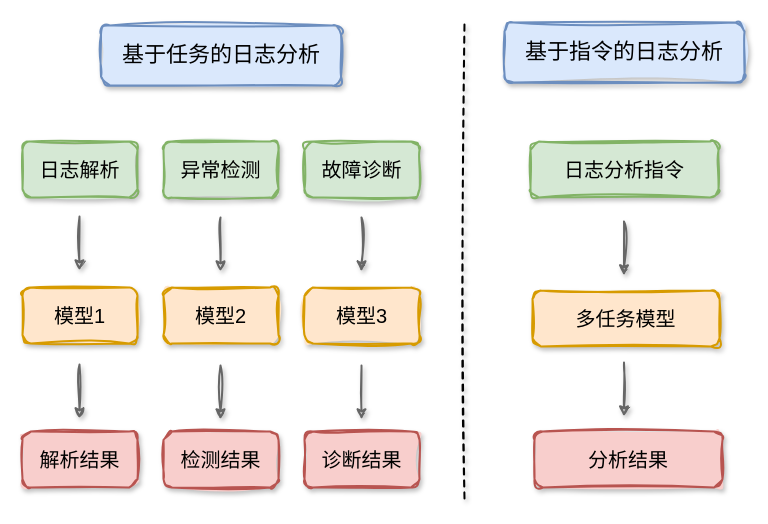
J-York/GraduationThesis keeps this draw.io diagram as Figures/Fig4.drawio. Above is the earlier version. Source tidied: cells renumbered, new cells numbered last; positions are measured from the earlier drawing's top-left corner, leaving out a move shared by most shapes. Both pictures are drawn from the tidied source at 100%, with x=0, y=0 at pixel (22, 22).
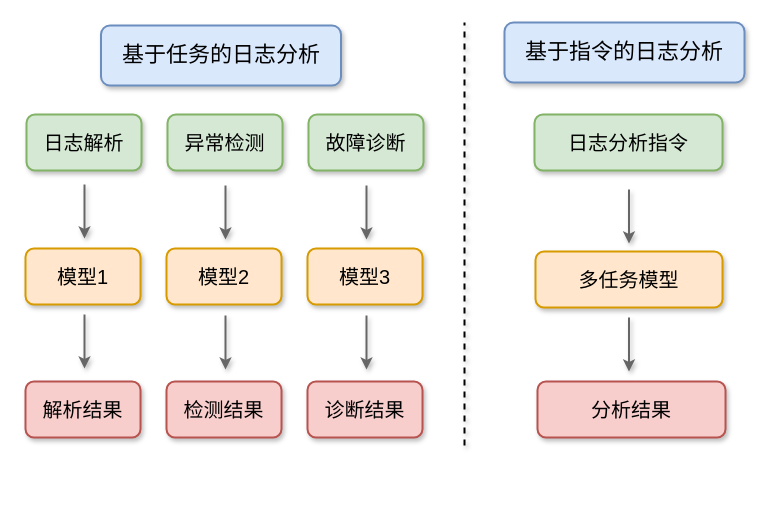
The same page after the edit.

The edit, as a diff of the source:
```diff
@@
-    <mxCell id="2" value="&lt;font style=&quot;font-size: 22px;&quot;&gt;基于任务的日志分析&lt;/font&gt;" style="rounded=1;whiteSpace=wrap;html=1;strokeWidth=2;fontSize=20;labelBackgroundColor=none;fillColor=#dae8fc;strokeColor=#6c8ebf;sketch=1;curveFitting=1;jiggle=2;fontFamily=Helvetica;fillStyle=solid;shadow=1;" parent="1" vertex="1">
+    <mxCell id="2" value="&lt;font style=&quot;font-size: 22px;&quot;&gt;基于任务的日志分析&lt;/font&gt;" style="rounded=1;whiteSpace=wrap;html=1;strokeWidth=2;fontSize=20;labelBackgroundColor=none;fillColor=#dae8fc;strokeColor=#6c8ebf;fontFamily=Helvetica;fillStyle=solid;shadow=1;" parent="1" vertex="1">
       <mxGeometry x="78.5" y="3" width="240" height="60" as="geometry" />
     </mxCell>
-    <mxCell id="3" value="&lt;font style=&quot;font-size: 22px;&quot;&gt;基于指令的日志分析&lt;/font&gt;" style="rounded=1;whiteSpace=wrap;html=1;strokeWidth=2;fontSize=20;labelBackgroundColor=none;fillColor=#dae8fc;strokeColor=#6c8ebf;fillStyle=solid;sketch=1;curveFitting=1;jiggle=2;shadow=1;" parent="1" vertex="1">
+    <mxCell id="3" value="&lt;font style=&quot;font-size: 22px;&quot;&gt;基于指令的日志分析&lt;/font&gt;" style="rounded=1;whiteSpace=wrap;html=1;strokeWidth=2;fontSize=20;labelBackgroundColor=none;fillColor=#dae8fc;strokeColor=#6c8ebf;fillStyle=solid;shadow=1;" parent="1" vertex="1">
       <mxGeometry x="482" width="240" height="60" as="geometry" />
     </mxCell>
-    <mxCell id="4" value="&lt;font&gt;日志解析&lt;/font&gt;" style="rounded=1;whiteSpace=wrap;html=1;strokeWidth=2;fontSize=20;labelBackgroundColor=none;fillColor=#D5E8D4;strokeColor=#82b366;sketch=1;curveFitting=1;jiggle=2;fontFamily=Helvetica;fillStyle=solid;shadow=1;" parent="1" vertex="1">
-      <mxGeometry y="119" width="115" height="56" as="geometry" />
+    <mxCell id="4" value="&lt;font&gt;日志解析&lt;/font&gt;" style="rounded=1;whiteSpace=wrap;html=1;strokeWidth=2;fontSize=20;labelBackgroundColor=none;fillColor=#D5E8D4;strokeColor=#82b366;fontFamily=Helvetica;fillStyle=solid;shadow=1;" parent="1" vertex="1">
+      <mxGeometry x="4" y="92" width="115" height="56" as="geometry" />
     </mxCell>
-    <mxCell id="5" value="&lt;font&gt;异常检测&lt;/font&gt;" style="rounded=1;whiteSpace=wrap;html=1;strokeWidth=2;fontSize=20;labelBackgroundColor=none;fillColor=#D5E8D4;strokeColor=#82b366;sketch=1;curveFitting=1;jiggle=2;fontFamily=Helvetica;fillStyle=solid;shadow=1;" parent="1" vertex="1">
-      <mxGeometry x="141" y="119" width="115" height="56" as="geometry" />
+    <mxCell id="5" value="&lt;font&gt;异常检测&lt;/font&gt;" style="rounded=1;whiteSpace=wrap;html=1;strokeWidth=2;fontSize=20;labelBackgroundColor=none;fillColor=#D5E8D4;strokeColor=#82b366;fontFamily=Helvetica;fillStyle=solid;shadow=1;" parent="1" vertex="1">
+      <mxGeometry x="145" y="92" width="115" height="56" as="geometry" />
     </mxCell>
-    <mxCell id="6" value="&lt;font&gt;故障诊断&lt;/font&gt;" style="rounded=1;whiteSpace=wrap;html=1;strokeWidth=2;fontSize=20;labelBackgroundColor=none;fillColor=#D5E8D4;strokeColor=#82b366;sketch=1;curveFitting=1;jiggle=2;fontFamily=Helvetica;fillStyle=solid;shadow=1;" parent="1" vertex="1">
-      <mxGeometry x="282" y="119" width="115" height="56" as="geometry" />
+    <mxCell id="6" value="&lt;font&gt;故障诊断&lt;/font&gt;" style="rounded=1;whiteSpace=wrap;html=1;strokeWidth=2;fontSize=20;labelBackgroundColor=none;fillColor=#D5E8D4;strokeColor=#82b366;fontFamily=Helvetica;fillStyle=solid;shadow=1;" parent="1" vertex="1">
+      <mxGeometry x="286" y="92" width="115" height="56" as="geometry" />
     </mxCell>
-    <mxCell id="7" style="endArrow=classic;html=1;rounded=0;strokeWidth=2;fillColor=#f5f5f5;strokeColor=#666666;sketch=1;curveFitting=1;jiggle=2;fontFamily=Helvetica;shadow=1;" parent="1" edge="1">
+    <mxCell id="7" style="endArrow=classic;html=1;rounded=0;strokeWidth=2;fillColor=#f5f5f5;strokeColor=#666666;fontFamily=Helvetica;shadow=1;" parent="1" edge="1">
       <mxGeometry relative="1" as="geometry">
-        <mxPoint x="57" y="194" as="sourcePoint" />
-        <mxPoint x="57" y="248" as="targetPoint" />
+        <mxPoint x="62" y="162" as="sourcePoint" />
+        <mxPoint x="62" y="216" as="targetPoint" />
       </mxGeometry>
     </mxCell>
-    <mxCell id="8" style="endArrow=classic;html=1;rounded=0;strokeWidth=2;fillColor=#f5f5f5;strokeColor=#666666;sketch=1;curveFitting=1;jiggle=2;fontFamily=Helvetica;shadow=1;" parent="1" edge="1">
+    <mxCell id="8" style="endArrow=classic;html=1;rounded=0;strokeWidth=2;fillColor=#f5f5f5;strokeColor=#666666;fontFamily=Helvetica;shadow=1;" parent="1" edge="1">
       <mxGeometry relative="1" as="geometry">
-        <mxPoint x="198" y="195" as="sourcePoint" />
-        <mxPoint x="198" y="249" as="targetPoint" />
+        <mxPoint x="203" y="163" as="sourcePoint" />
+        <mxPoint x="203" y="217" as="targetPoint" />
       </mxGeometry>
     </mxCell>
-    <mxCell id="9" style="endArrow=classic;html=1;rounded=0;strokeWidth=2;fillColor=#f5f5f5;strokeColor=#666666;sketch=1;curveFitting=1;jiggle=2;fontFamily=Helvetica;shadow=1;" parent="1" edge="1">
+    <mxCell id="9" style="endArrow=classic;html=1;rounded=0;strokeWidth=2;fillColor=#f5f5f5;strokeColor=#666666;fontFamily=Helvetica;shadow=1;" parent="1" edge="1">
       <mxGeometry relative="1" as="geometry">
-        <mxPoint x="339" y="195" as="sourcePoint" />
-        <mxPoint x="339" y="249" as="targetPoint" />
+        <mxPoint x="344" y="163" as="sourcePoint" />
+        <mxPoint x="344" y="217" as="targetPoint" />
       </mxGeometry>
     </mxCell>
-    <mxCell id="10" value="&lt;font&gt;模型1&lt;/font&gt;" style="rounded=1;whiteSpace=wrap;html=1;strokeWidth=2;fontSize=20;labelBackgroundColor=none;fillColor=#ffe6cc;strokeColor=#d79b00;sketch=1;curveFitting=1;jiggle=2;fontFamily=Helvetica;fillStyle=solid;shadow=1;" parent="1" vertex="1">
-      <mxGeometry y="265" width="115" height="56" as="geometry" />
+    <mxCell id="10" value="&lt;font&gt;模型1&lt;/font&gt;" style="rounded=1;whiteSpace=wrap;html=1;strokeWidth=2;fontSize=20;labelBackgroundColor=none;fillColor=#ffe6cc;strokeColor=#d79b00;fontFamily=Helvetica;fillStyle=solid;shadow=1;" parent="1" vertex="1">
+      <mxGeometry x="3" y="226" width="115" height="56" as="geometry" />
     </mxCell>
-    <mxCell id="11" value="&lt;font&gt;模型2&lt;/font&gt;" style="rounded=1;whiteSpace=wrap;html=1;strokeWidth=2;fontSize=20;labelBackgroundColor=none;fillColor=#ffe6cc;strokeColor=#d79b00;sketch=1;curveFitting=1;jiggle=2;fontFamily=Helvetica;fillStyle=solid;shadow=1;" parent="1" vertex="1">
-      <mxGeometry x="141" y="265" width="115" height="56" as="geometry" />
+    <mxCell id="11" value="&lt;font&gt;模型2&lt;/font&gt;" style="rounded=1;whiteSpace=wrap;html=1;strokeWidth=2;fontSize=20;labelBackgroundColor=none;fillColor=#ffe6cc;strokeColor=#d79b00;fontFamily=Helvetica;fillStyle=solid;shadow=1;" parent="1" vertex="1">
+      <mxGeometry x="144" y="226" width="115" height="56" as="geometry" />
     </mxCell>
-    <mxCell id="12" value="&lt;font&gt;模型3&lt;/font&gt;" style="rounded=1;whiteSpace=wrap;html=1;strokeWidth=2;fontSize=20;labelBackgroundColor=none;fillColor=#ffe6cc;strokeColor=#d79b00;sketch=1;curveFitting=1;jiggle=2;fontFamily=Helvetica;fillStyle=solid;shadow=1;" parent="1" vertex="1">
-      <mxGeometry x="282" y="265" width="115" height="56" as="geometry" />
+    <mxCell id="12" value="&lt;font&gt;模型3&lt;/font&gt;" style="rounded=1;whiteSpace=wrap;html=1;strokeWidth=2;fontSize=20;labelBackgroundColor=none;fillColor=#ffe6cc;strokeColor=#d79b00;fontFamily=Helvetica;fillStyle=solid;shadow=1;" parent="1" vertex="1">
+      <mxGeometry x="285" y="226" width="115" height="56" as="geometry" />
     </mxCell>
-    <mxCell id="13" value="解析结果" style="rounded=1;whiteSpace=wrap;html=1;strokeWidth=2;fontSize=20;labelBackgroundColor=none;fillColor=#f8cecc;strokeColor=#b85450;sketch=1;curveFitting=1;jiggle=2;fontFamily=Helvetica;fillStyle=solid;shadow=1;" parent="1" vertex="1">
-      <mxGeometry y="409" width="115" height="56" as="geometry" />
+    <mxCell id="13" value="解析结果" style="rounded=1;whiteSpace=wrap;html=1;strokeWidth=2;fontSize=20;labelBackgroundColor=none;fillColor=#f8cecc;strokeColor=#b85450;fontFamily=Helvetica;fillStyle=solid;shadow=1;" parent="1" vertex="1">
+      <mxGeometry x="3" y="359" width="115" height="56" as="geometry" />
     </mxCell>
-    <mxCell id="14" value="&lt;font&gt;检测结果&lt;/font&gt;" style="rounded=1;whiteSpace=wrap;html=1;strokeWidth=2;fontSize=20;labelBackgroundColor=none;fillColor=#f8cecc;strokeColor=#b85450;sketch=1;curveFitting=1;jiggle=2;fontFamily=Helvetica;fillStyle=solid;shadow=1;" parent="1" vertex="1">
-      <mxGeometry x="141" y="409" width="115" height="56" as="geometry" />
+    <mxCell id="14" value="&lt;font&gt;检测结果&lt;/font&gt;" style="rounded=1;whiteSpace=wrap;html=1;strokeWidth=2;fontSize=20;labelBackgroundColor=none;fillColor=#f8cecc;strokeColor=#b85450;fontFamily=Helvetica;fillStyle=solid;shadow=1;" parent="1" vertex="1">
+      <mxGeometry x="144" y="359" width="115" height="56" as="geometry" />
     </mxCell>
-    <mxCell id="15" value="&lt;font&gt;诊断结果&lt;/font&gt;" style="rounded=1;whiteSpace=wrap;html=1;strokeWidth=2;fontSize=20;labelBackgroundColor=none;fillColor=#f8cecc;strokeColor=#b85450;sketch=1;curveFitting=1;jiggle=2;fontFamily=Helvetica;fillStyle=solid;shadow=1;" parent="1" vertex="1">
-      <mxGeometry x="282" y="409" width="115" height="56" as="geometry" />
+    <mxCell id="15" value="&lt;font&gt;诊断结果&lt;/font&gt;" style="rounded=1;whiteSpace=wrap;html=1;strokeWidth=2;fontSize=20;labelBackgroundColor=none;fillColor=#f8cecc;strokeColor=#b85450;fontFamily=Helvetica;fillStyle=solid;shadow=1;" parent="1" vertex="1">
+      <mxGeometry x="285" y="359" width="115" height="56" as="geometry" />
     </mxCell>
-    <mxCell id="16" style="endArrow=classic;html=1;rounded=0;strokeWidth=2;fillColor=#f5f5f5;strokeColor=#666666;sketch=1;curveFitting=1;jiggle=2;fontFamily=Helvetica;shadow=1;" parent="1" edge="1">
+    <mxCell id="16" style="endArrow=classic;html=1;rounded=0;strokeWidth=2;fillColor=#f5f5f5;strokeColor=#666666;fontFamily=Helvetica;shadow=1;" parent="1" edge="1">
       <mxGeometry relative="1" as="geometry">
-        <mxPoint x="57" y="342" as="sourcePoint" />
-        <mxPoint x="57" y="396" as="targetPoint" />
+        <mxPoint x="62" y="292" as="sourcePoint" />
+        <mxPoint x="62" y="346" as="targetPoint" />
       </mxGeometry>
     </mxCell>
-    <mxCell id="17" style="endArrow=classic;html=1;rounded=0;strokeWidth=2;fillColor=#f5f5f5;strokeColor=#666666;sketch=1;curveFitting=1;jiggle=2;fontFamily=Helvetica;shadow=1;" parent="1" edge="1">
+    <mxCell id="17" style="endArrow=classic;html=1;rounded=0;strokeWidth=2;fillColor=#f5f5f5;strokeColor=#666666;fontFamily=Helvetica;shadow=1;" parent="1" edge="1">
       <mxGeometry relative="1" as="geometry">
-        <mxPoint x="198" y="343" as="sourcePoint" />
-        <mxPoint x="198" y="397" as="targetPoint" />
+        <mxPoint x="203" y="293" as="sourcePoint" />
+        <mxPoint x="203" y="347" as="targetPoint" />
       </mxGeometry>
     </mxCell>
-    <mxCell id="18" style="endArrow=classic;html=1;rounded=0;strokeWidth=2;fillColor=#f5f5f5;strokeColor=#666666;sketch=1;curveFitting=1;jiggle=2;fontFamily=Helvetica;shadow=1;" parent="1" edge="1">
+    <mxCell id="18" style="endArrow=classic;html=1;rounded=0;strokeWidth=2;fillColor=#f5f5f5;strokeColor=#666666;fontFamily=Helvetica;shadow=1;" parent="1" edge="1">
       <mxGeometry relative="1" as="geometry">
-        <mxPoint x="339" y="343" as="sourcePoint" />
-        <mxPoint x="339" y="397" as="targetPoint" />
+        <mxPoint x="344" y="293" as="sourcePoint" />
+        <mxPoint x="344" y="347" as="targetPoint" />
       </mxGeometry>
     </mxCell>
-    <mxCell id="19" value="&lt;font&gt;日志分析指令&lt;/font&gt;" style="rounded=1;whiteSpace=wrap;html=1;strokeWidth=2;fontSize=20;labelBackgroundColor=none;fillColor=#d5e8d4;strokeColor=#82b366;sketch=1;curveFitting=1;jiggle=2;fontFamily=Helvetica;fillStyle=solid;shadow=1;" parent="1" vertex="1">
-      <mxGeometry x="508" y="119" width="188" height="56" as="geometry" />
+    <mxCell id="19" value="&lt;font&gt;日志分析指令&lt;/font&gt;" style="rounded=1;whiteSpace=wrap;html=1;strokeWidth=2;fontSize=20;labelBackgroundColor=none;fillColor=#d5e8d4;strokeColor=#82b366;fontFamily=Helvetica;fillStyle=solid;shadow=1;" parent="1" vertex="1">
+      <mxGeometry x="512" y="92" width="188" height="56" as="geometry" />
     </mxCell>
-    <mxCell id="20" style="endArrow=classic;html=1;rounded=0;strokeWidth=2;fillColor=#f5f5f5;strokeColor=#666666;sketch=1;curveFitting=1;jiggle=2;fontFamily=Helvetica;shadow=1;" parent="1" edge="1">
+    <mxCell id="20" style="endArrow=classic;html=1;rounded=0;strokeWidth=2;fillColor=#f5f5f5;strokeColor=#666666;fontFamily=Helvetica;shadow=1;" parent="1" edge="1">
       <mxGeometry relative="1" as="geometry">
-        <mxPoint x="601.5" y="199" as="sourcePoint" />
-        <mxPoint x="601.5" y="253" as="targetPoint" />
+        <mxPoint x="606.5" y="167" as="sourcePoint" />
+        <mxPoint x="606.5" y="221" as="targetPoint" />
       </mxGeometry>
     </mxCell>
-    <mxCell id="21" value="&lt;font&gt;多任务模型&lt;/font&gt;" style="rounded=1;whiteSpace=wrap;html=1;strokeWidth=2;fontSize=20;labelBackgroundColor=none;fillColor=#ffe6cc;strokeColor=#d79b00;sketch=1;curveFitting=1;jiggle=2;fontFamily=Helvetica;fillStyle=solid;shadow=1;" parent="1" vertex="1">
-      <mxGeometry x="510" y="268" width="187" height="56" as="geometry" />
+    <mxCell id="21" value="&lt;font&gt;多任务模型&lt;/font&gt;" style="rounded=1;whiteSpace=wrap;html=1;strokeWidth=2;fontSize=20;labelBackgroundColor=none;fillColor=#ffe6cc;strokeColor=#d79b00;fontFamily=Helvetica;fillStyle=solid;shadow=1;" parent="1" vertex="1">
+      <mxGeometry x="513" y="229" width="187" height="56" as="geometry" />
     </mxCell>
-    <mxCell id="22" style="endArrow=classic;html=1;rounded=0;strokeWidth=2;fillColor=#f5f5f5;strokeColor=#666666;sketch=1;curveFitting=1;jiggle=2;fontFamily=Helvetica;shadow=1;" parent="1" edge="1">
+    <mxCell id="22" style="endArrow=classic;html=1;rounded=0;strokeWidth=2;fillColor=#f5f5f5;strokeColor=#666666;fontFamily=Helvetica;shadow=1;" parent="1" edge="1">
       <mxGeometry relative="1" as="geometry">
-        <mxPoint x="601.5" y="340" as="sourcePoint" />
-        <mxPoint x="601.5" y="394" as="targetPoint" />
+        <mxPoint x="606.5" y="295" as="sourcePoint" />
+        <mxPoint x="606.5" y="349" as="targetPoint" />
       </mxGeometry>
     </mxCell>
-    <mxCell id="23" value="&lt;font&gt;分析结果&lt;/font&gt;" style="rounded=1;whiteSpace=wrap;html=1;strokeWidth=2;fontSize=20;labelBackgroundColor=none;fillColor=#f8cecc;strokeColor=#b85450;sketch=1;curveFitting=1;jiggle=2;fontFamily=Helvetica;fillStyle=solid;shadow=1;" parent="1" vertex="1">
-      <mxGeometry x="512" y="409" width="188" height="56" as="geometry" />
+    <mxCell id="23" value="&lt;font&gt;分析结果&lt;/font&gt;" style="rounded=1;whiteSpace=wrap;html=1;strokeWidth=2;fontSize=20;labelBackgroundColor=none;fillColor=#f8cecc;strokeColor=#b85450;fontFamily=Helvetica;fillStyle=solid;shadow=1;" parent="1" vertex="1">
+      <mxGeometry x="515" y="359" width="188" height="56" as="geometry" />
     </mxCell>
-    <mxCell id="24" style="endArrow=none;dashed=1;html=1;rounded=0;strokeWidth=2;sketch=1;curveFitting=1;jiggle=2;shadow=1;" parent="1" edge="1">
+    <mxCell id="24" style="endArrow=none;dashed=1;html=1;rounded=0;strokeWidth=2;shadow=1;" parent="1" edge="1">
       <mxGeometry relative="1" as="geometry">
-        <mxPoint x="442" y="476" as="sourcePoint" />
+        <mxPoint x="442" y="423" as="sourcePoint" />
         <mxPoint x="442" as="targetPoint" />
       </mxGeometry>
     </mxCell>
```
